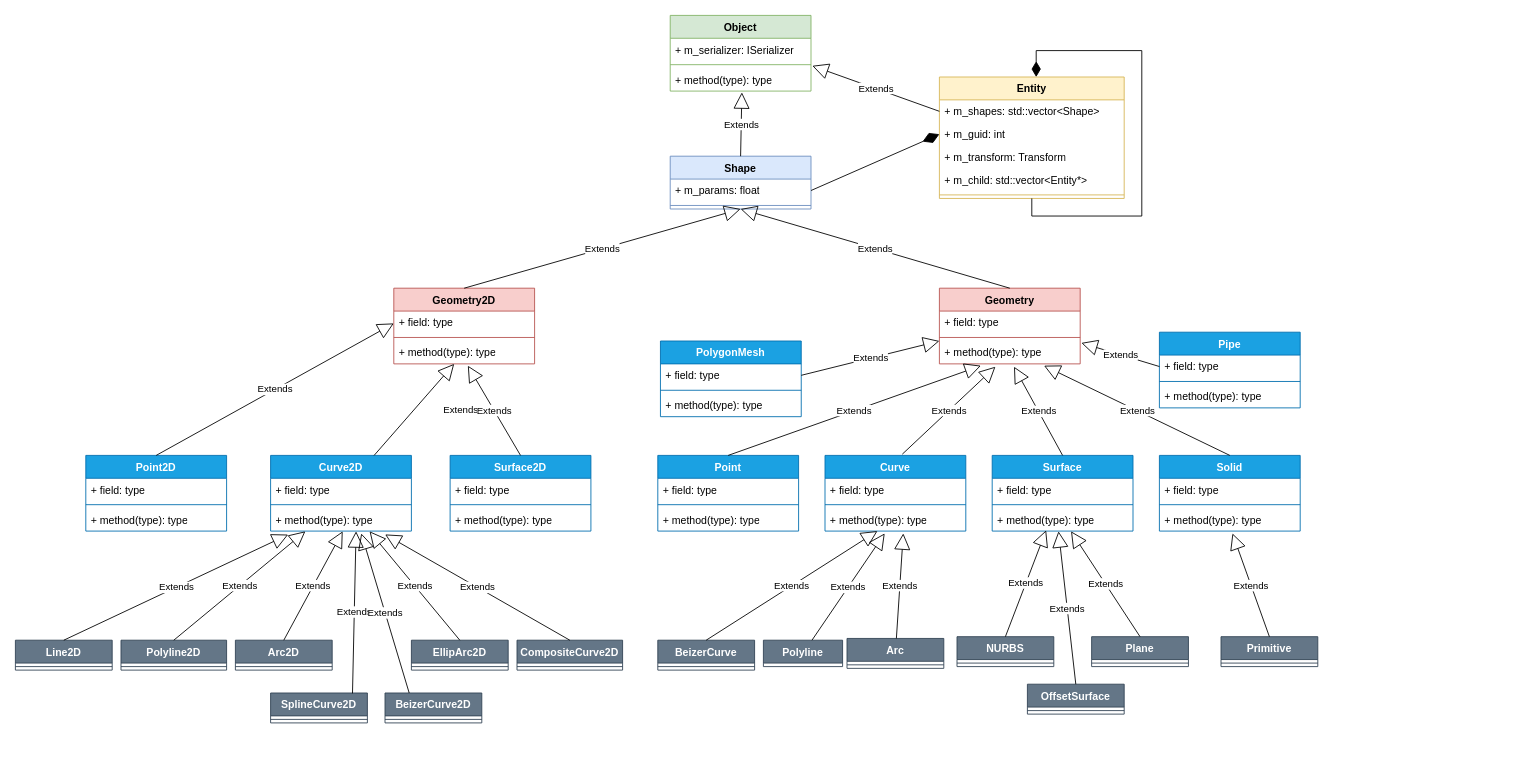
Before: DGE SDK.drawio in yichen2017/DGE-Design, a draw.io diagram. Source tidied: cells renumbered, new cells numbered last; positions are measured from the earlier drawing's top-left corner, leaving out a move shared by most shapes. Both pictures are drawn from the tidied source at 88%, with x=0, y=0 at pixel (15, 15).
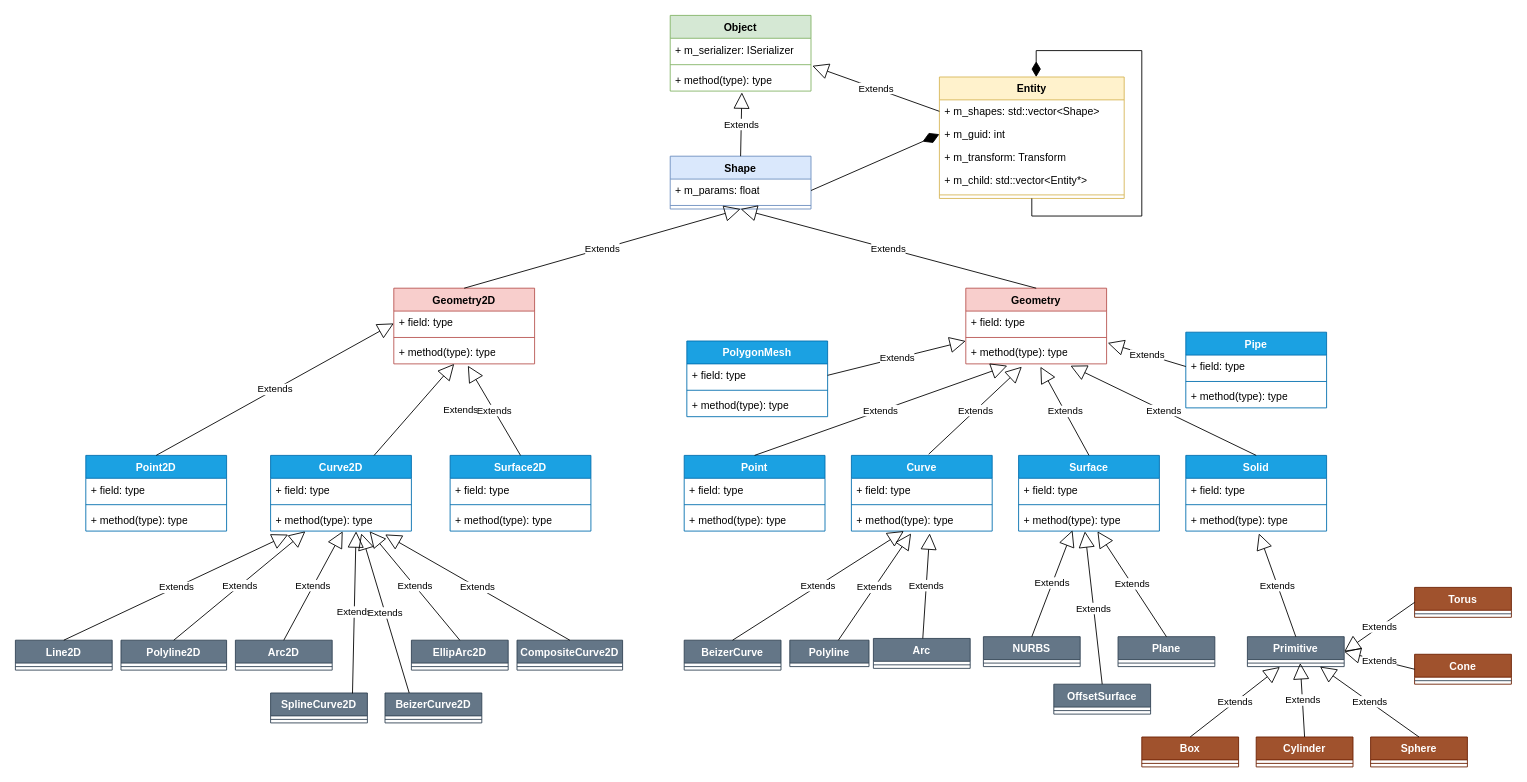
Above is the later version.

Unchanged cells that the change refers to:
```xml
<mxCell id="113" style="line;strokeWidth=1;fillColor=#647687;align=left;verticalAlign=middle;spacingTop=-1;spacingLeft=3;spacingRight=3;labelPosition=right;points=[];portConstraint=eastwest;strokeColor=#314354;fontColor=#ffffff;" parent="112" vertex="1">
  <mxGeometry y="26" width="110" height="8" as="geometry" />
</mxCell>
```

Change to the diagram source:
```diff
@@
     <mxCell id="18" value="Geometry" style="swimlane;fontStyle=1;align=center;verticalAlign=top;horizontal=1;startSize=26;whiteSpace=wrap;html=1;fillColor=#f8cecc;strokeColor=#b85450;" parent="1" vertex="1">
-      <mxGeometry x="1050" y="310" width="160" height="86" as="geometry" />
+      <mxGeometry x="1080" y="310" width="160" height="86" as="geometry" />
     </mxCell>
@@
     <mxCell id="39" value="Point" style="swimlane;fontStyle=1;align=center;verticalAlign=top;horizontal=1;startSize=26;whiteSpace=wrap;html=1;fillColor=#1ba1e2;fontColor=#ffffff;strokeColor=#006EAF;" parent="1" vertex="1">
-      <mxGeometry x="730" y="500" width="160" height="86" as="geometry" />
+      <mxGeometry x="760" y="500" width="160" height="86" as="geometry" />
     </mxCell>
@@
     <mxCell id="43" value="Surface" style="swimlane;fontStyle=1;align=center;verticalAlign=top;horizontal=1;startSize=26;whiteSpace=wrap;html=1;fillColor=#1ba1e2;fontColor=#ffffff;strokeColor=#006EAF;" parent="1" vertex="1">
-      <mxGeometry x="1110" y="500" width="160" height="86" as="geometry" />
+      <mxGeometry x="1140" y="500" width="160" height="86" as="geometry" />
     </mxCell>
@@
     <mxCell id="47" value="Curve" style="swimlane;fontStyle=1;align=center;verticalAlign=top;horizontal=1;startSize=26;whiteSpace=wrap;html=1;fillColor=#1ba1e2;fontColor=#ffffff;strokeColor=#006EAF;" parent="1" vertex="1">
-      <mxGeometry x="920" y="500" width="160" height="86" as="geometry" />
+      <mxGeometry x="950" y="500" width="160" height="86" as="geometry" />
     </mxCell>
@@
     <mxCell id="51" value="Solid" style="swimlane;fontStyle=1;align=center;verticalAlign=top;horizontal=1;startSize=26;whiteSpace=wrap;html=1;fillColor=#1ba1e2;fontColor=#ffffff;strokeColor=#006EAF;" parent="1" vertex="1">
-      <mxGeometry x="1300" y="500" width="160" height="86" as="geometry" />
+      <mxGeometry x="1330" y="500" width="160" height="86" as="geometry" />
     </mxCell>
@@
     <mxCell id="59" value="Pipe" style="swimlane;fontStyle=1;align=center;verticalAlign=top;horizontal=1;startSize=26;whiteSpace=wrap;html=1;fillColor=#1ba1e2;fontColor=#ffffff;strokeColor=#006EAF;" parent="1" vertex="1">
-      <mxGeometry x="1300" y="360" width="160" height="86" as="geometry" />
+      <mxGeometry x="1330" y="360" width="160" height="86" as="geometry" />
     </mxCell>
@@
     <mxCell id="63" value="PolygonMesh" style="swimlane;fontStyle=1;align=center;verticalAlign=top;horizontal=1;startSize=26;whiteSpace=wrap;html=1;fillColor=#1ba1e2;fontColor=#ffffff;strokeColor=#006EAF;" parent="1" vertex="1">
-      <mxGeometry x="733" y="370" width="160" height="86" as="geometry" />
+      <mxGeometry x="763" y="370" width="160" height="86" as="geometry" />
     </mxCell>
@@
     <mxCell id="95" value="BeizerCurve" style="swimlane;fontStyle=1;align=center;verticalAlign=top;horizontal=1;startSize=26;whiteSpace=wrap;html=1;fillColor=#647687;fontColor=#ffffff;strokeColor=#314354;" parent="1" vertex="1">
-      <mxGeometry x="730" y="710" width="110" height="34" as="geometry" />
+      <mxGeometry x="760" y="710" width="110" height="34" as="geometry" />
     </mxCell>
@@
     <mxCell id="97" value="Plane" style="swimlane;fontStyle=1;align=center;verticalAlign=top;horizontal=1;startSize=26;whiteSpace=wrap;html=1;fillColor=#647687;fontColor=#ffffff;strokeColor=#314354;" parent="1" vertex="1">
-      <mxGeometry x="1223" y="706" width="110" height="34" as="geometry" />
+      <mxGeometry x="1253" y="706" width="110" height="34" as="geometry" />
     </mxCell>
@@
     <mxCell id="99" value="NURBS" style="swimlane;fontStyle=1;align=center;verticalAlign=top;horizontal=1;startSize=26;whiteSpace=wrap;html=1;fillColor=#647687;fontColor=#ffffff;strokeColor=#314354;" parent="1" vertex="1">
-      <mxGeometry x="1070" y="706" width="110" height="34" as="geometry" />
+      <mxGeometry x="1100" y="706" width="110" height="34" as="geometry" />
     </mxCell>
@@
     <mxCell id="101" value="OffsetSurface" style="swimlane;fontStyle=1;align=center;verticalAlign=top;horizontal=1;startSize=26;whiteSpace=wrap;html=1;fillColor=#647687;fontColor=#ffffff;strokeColor=#314354;" parent="1" vertex="1">
-      <mxGeometry x="1150" y="760" width="110" height="34" as="geometry" />
+      <mxGeometry x="1180" y="760" width="110" height="34" as="geometry" />
     </mxCell>
@@
     <mxCell id="106" value="Polyline" style="swimlane;fontStyle=1;align=center;verticalAlign=top;horizontal=1;startSize=26;whiteSpace=wrap;html=1;fillColor=#647687;fontColor=#ffffff;strokeColor=#314354;" parent="1" vertex="1" collapsed="1">
-      <mxGeometry x="850" y="710" width="90" height="30" as="geometry" />
+      <mxGeometry x="880" y="710" width="90" height="30" as="geometry" />
     </mxCell>
     <mxCell id="107" value="Arc" style="swimlane;fontStyle=1;align=center;verticalAlign=top;horizontal=1;startSize=26;whiteSpace=wrap;html=1;fillColor=#647687;fontColor=#ffffff;strokeColor=#314354;" parent="1" vertex="1">
-      <mxGeometry x="945" y="708" width="110" height="34" as="geometry" />
+      <mxGeometry x="975" y="708" width="110" height="34" as="geometry" />
     </mxCell>
@@
     <mxCell id="112" value="Primitive" style="swimlane;fontStyle=1;align=center;verticalAlign=top;horizontal=1;startSize=26;whiteSpace=wrap;html=1;fillColor=#647687;fontColor=#ffffff;strokeColor=#314354;" parent="1" vertex="1">
-      <mxGeometry x="1370" y="706" width="110" height="34" as="geometry" />
+      <mxGeometry x="1400" y="706" width="110" height="34" as="geometry" />
     </mxCell>
@@
+    <mxCell id="115" value="Box" style="swimlane;fontStyle=1;align=center;verticalAlign=top;horizontal=1;startSize=26;whiteSpace=wrap;html=1;fillColor=#a0522d;fontColor=#ffffff;strokeColor=#6D1F00;" parent="1" vertex="1">
+      <mxGeometry x="1280" y="820" width="110" height="34" as="geometry" />
+    </mxCell>
+    <mxCell id="116" style="line;strokeWidth=1;fillColor=#a0522d;align=left;verticalAlign=middle;spacingTop=-1;spacingLeft=3;spacingRight=3;labelPosition=right;strokeColor=#6D1F00;fontColor=#ffffff;" parent="115" vertex="1">
+      <mxGeometry y="26" width="110" height="8" as="geometry" />
+    </mxCell>
+    <mxCell id="117" value="Cylinder" style="swimlane;fontStyle=1;align=center;verticalAlign=top;horizontal=1;startSize=26;whiteSpace=wrap;html=1;fillColor=#a0522d;fontColor=#ffffff;strokeColor=#6D1F00;" parent="1" vertex="1">
+      <mxGeometry x="1410" y="820" width="110" height="34" as="geometry" />
+    </mxCell>
+    <mxCell id="118" style="line;strokeWidth=1;fillColor=#a0522d;align=left;verticalAlign=middle;spacingTop=-1;spacingLeft=3;spacingRight=3;labelPosition=right;strokeColor=#6D1F00;fontColor=#ffffff;" parent="117" vertex="1">
+      <mxGeometry y="26" width="110" height="8" as="geometry" />
+    </mxCell>
+    <mxCell id="119" value="Sphere" style="swimlane;fontStyle=1;align=center;verticalAlign=top;horizontal=1;startSize=26;whiteSpace=wrap;html=1;fillColor=#a0522d;fontColor=#ffffff;strokeColor=#6D1F00;" parent="1" vertex="1">
+      <mxGeometry x="1540" y="820" width="110" height="34" as="geometry" />
+    </mxCell>
+    <mxCell id="120" style="line;strokeWidth=1;fillColor=#a0522d;align=left;verticalAlign=middle;spacingTop=-1;spacingLeft=3;spacingRight=3;labelPosition=right;strokeColor=#6D1F00;fontColor=#ffffff;" parent="119" vertex="1">
+      <mxGeometry y="26" width="110" height="8" as="geometry" />
+    </mxCell>
+    <mxCell id="121" value="Extends" style="endArrow=block;endSize=16;endFill=0;html=1;rounded=0;entryX=0.336;entryY=1.048;entryDx=0;entryDy=0;exitX=0.5;exitY=0;exitDx=0;exitDy=0;entryPerimeter=0;" parent="1" edge="1" source="115" target="113">
+      <mxGeometry relative="1" as="geometry" />
+    </mxCell>
+    <mxCell id="122" value="Extends" style="endArrow=block;endSize=16;endFill=0;html=1;rounded=0;exitX=0.5;exitY=0;exitDx=0;exitDy=0;" parent="1" edge="1" source="117">
+      <mxGeometry relative="1" as="geometry">
+        <mxPoint x="1460" y="736" as="targetPoint" />
+      </mxGeometry>
+    </mxCell>
+    <mxCell id="123" value="Extends" style="endArrow=block;endSize=16;endFill=0;html=1;rounded=0;exitX=0.5;exitY=0;exitDx=0;exitDy=0;entryX=0.75;entryY=1;entryDx=0;entryDy=0;" parent="1" edge="1" source="119" target="112">
+      <mxGeometry relative="1" as="geometry" />
+    </mxCell>
+    <mxCell id="124" value="Torus" style="swimlane;fontStyle=1;align=center;verticalAlign=top;horizontal=1;startSize=26;whiteSpace=wrap;html=1;fillColor=#a0522d;fontColor=#ffffff;strokeColor=#6D1F00;" parent="1" vertex="1">
+      <mxGeometry x="1590" y="650" width="110" height="34" as="geometry" />
+    </mxCell>
+    <mxCell id="125" style="line;strokeWidth=1;fillColor=#647687;align=left;verticalAlign=middle;spacingTop=-1;spacingLeft=3;spacingRight=3;labelPosition=right;strokeColor=#314354;fontColor=#ffffff;" parent="124" vertex="1">
+      <mxGeometry y="26" width="110" height="8" as="geometry" />
+    </mxCell>
+    <mxCell id="126" value="Cone" style="swimlane;fontStyle=1;align=center;verticalAlign=top;horizontal=1;startSize=26;whiteSpace=wrap;html=1;fillColor=#a0522d;fontColor=#ffffff;strokeColor=#6D1F00;" parent="1" vertex="1">
+      <mxGeometry x="1590" y="726" width="110" height="34" as="geometry" />
+    </mxCell>
+    <mxCell id="127" style="line;strokeWidth=1;fillColor=#647687;align=left;verticalAlign=middle;spacingTop=-1;spacingLeft=3;spacingRight=3;labelPosition=right;strokeColor=#314354;fontColor=#ffffff;" parent="126" vertex="1">
+      <mxGeometry y="26" width="110" height="8" as="geometry" />
+    </mxCell>
+    <mxCell id="128" value="Extends" style="endArrow=block;endSize=16;endFill=0;html=1;rounded=0;entryX=1;entryY=0.5;entryDx=0;entryDy=0;exitX=0;exitY=0.5;exitDx=0;exitDy=0;" parent="1" edge="1" source="124" target="112">
+      <mxGeometry relative="1" as="geometry" />
+    </mxCell>
+    <mxCell id="129" value="Extends" style="endArrow=block;endSize=16;endFill=0;html=1;rounded=0;exitX=0;exitY=0.5;exitDx=0;exitDy=0;entryX=1;entryY=0.5;entryDx=0;entryDy=0;" parent="1" edge="1" source="126" target="112">
+      <mxGeometry relative="1" as="geometry" />
+    </mxCell>
```
